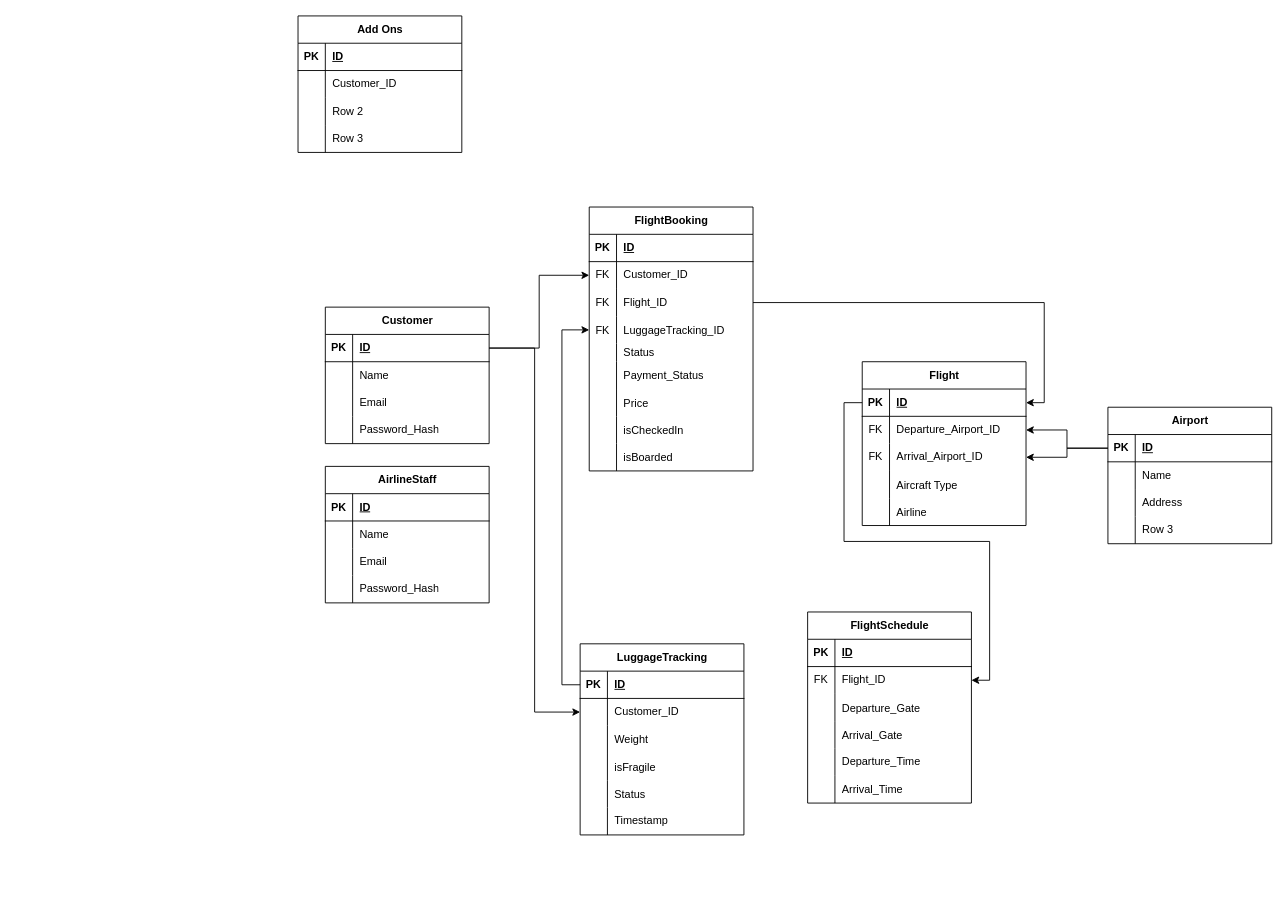
monterdekeanu/monterdekeanu keeps this draw.io diagram as Untitled Diagram.drawio. Above is the earlier version. Source tidied: cells renumbered, new cells numbered last; positions are measured from the earlier drawing's top-left corner, leaving out a move shared by most shapes. Both pictures are drawn from the tidied source at 91%, with x=0, y=0 at pixel (298, 15).
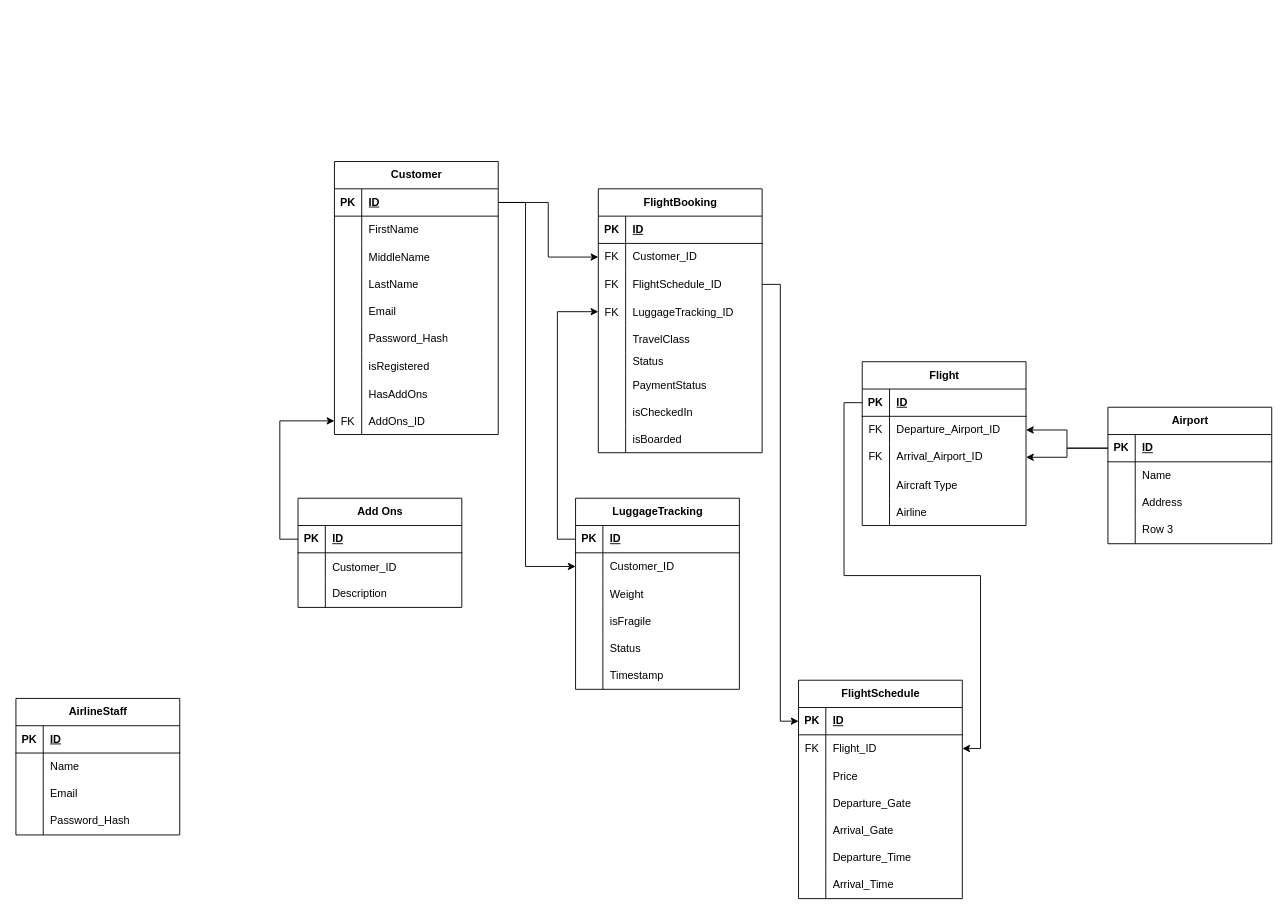
The same page after the edit.

The change refers to these unchanged cells:
```xml
<mxCell id="3" style="shape=tableRow;horizontal=0;startSize=0;swimlaneHead=0;swimlaneBody=0;fillColor=none;points=[[0,0.5],[1,0.5]];portConstraint=eastwest;top=0;left=0;right=0;bottom=1;" parent="2" vertex="1">
  <mxGeometry y="30" width="180" height="30" as="geometry" />
</mxCell>
<mxCell id="6" style="shape=tableRow;horizontal=0;startSize=0;swimlaneHead=0;swimlaneBody=0;fillColor=none;top=0;left=0;right=0;bottom=0;" parent="2" vertex="1">
  <mxGeometry y="60" width="180" height="30" as="geometry" />
</mxCell>
<mxCell id="22" style="shape=tableRow;horizontal=0;startSize=0;swimlaneHead=0;swimlaneBody=0;fillColor=none;points=[[0,0.5],[1,0.5]];portConstraint=eastwest;top=0;left=0;right=0;bottom=0;" parent="15" vertex="1">
  <mxGeometry y="90" width="180" height="30" as="geometry" />
</mxCell>
<mxCell id="44" style="shape=tableRow;horizontal=0;startSize=0;swimlaneHead=0;swimlaneBody=0;fillColor=none;points=[[0,0.5],[1,0.5]];portConstraint=eastwest;top=0;left=0;right=0;bottom=1;" parent="43" vertex="1">
  <mxGeometry y="30" width="180" height="30" as="geometry" />
</mxCell>
<mxCell id="63" style="shape=tableRow;horizontal=0;startSize=0;swimlaneHead=0;swimlaneBody=0;fillColor=none;points=[[0,0.5],[1,0.5]];portConstraint=eastwest;top=0;left=0;right=0;bottom=1;" parent="62" vertex="1">
  <mxGeometry y="30" width="180" height="30" as="geometry" />
</mxCell>
<mxCell id="82" style="shape=tableRow;horizontal=0;startSize=0;swimlaneHead=0;swimlaneBody=0;fillColor=none;points=[[0,0.5],[1,0.5]];portConstraint=eastwest;top=0;left=0;right=0;bottom=0;" parent="78" vertex="1">
  <mxGeometry y="60" width="180" height="30" as="geometry" />
</mxCell>
<mxCell id="131" style="shape=tableRow;horizontal=0;startSize=0;swimlaneHead=0;swimlaneBody=0;fillColor=none;points=[[0,0.5],[1,0.5]];portConstraint=eastwest;top=0;left=0;right=0;bottom=1;" parent="130" vertex="1">
  <mxGeometry y="30" width="180" height="30" as="geometry" />
</mxCell>
<mxCell id="134" style="shape=tableRow;horizontal=0;startSize=0;swimlaneHead=0;swimlaneBody=0;fillColor=none;top=0;left=0;right=0;bottom=0;" parent="130" vertex="1">
  <mxGeometry y="60" width="180" height="30" as="geometry" />
</mxCell>
<mxCell id="137" style="shape=tableRow;horizontal=0;startSize=0;swimlaneHead=0;swimlaneBody=0;fillColor=none;top=0;left=0;right=0;bottom=0;" parent="130" vertex="1">
  <mxGeometry y="90" width="180" height="30" as="geometry" />
</mxCell>
```

What changed in the source:
```diff
@@
     <mxCell id="2" value="Customer" style="shape=table;startSize=30;childLayout=tableLayout;rowLines=0;fontStyle=1;align=center;html=1;" parent="1" vertex="1">
-      <mxGeometry x="30" y="320" width="180" height="150" as="geometry" />
+      <mxGeometry x="40" y="160" width="180" height="300" as="geometry" />
     </mxCell>
@@
-    <mxCell id="8" value="Name" style="shape=partialRectangle;fillColor=none;top=0;left=0;bottom=0;right=0;align=left;spacingLeft=6;overflow=hidden;whiteSpace=wrap;html=1;" parent="6" vertex="1">
+    <mxCell id="8" value="FirstName" style="shape=partialRectangle;fillColor=none;top=0;left=0;bottom=0;right=0;align=left;spacingLeft=6;overflow=hidden;whiteSpace=wrap;html=1;" parent="6" vertex="1">
       <mxGeometry x="30" width="150" height="30" as="geometry" />
     </mxCell>
+    <mxCell id="143" style="shape=tableRow;horizontal=0;startSize=0;swimlaneHead=0;swimlaneBody=0;fillColor=none;top=0;left=0;right=0;bottom=0;" parent="2" vertex="1">
+      <mxGeometry y="90" width="180" height="30" as="geometry" />
+    </mxCell>
+    <mxCell id="144" style="shape=partialRectangle;fillColor=none;top=0;left=0;bottom=0;right=0;overflow=hidden;" parent="143" vertex="1">
+      <mxGeometry width="30" height="30" as="geometry" />
+    </mxCell>
+    <mxCell id="145" value="MiddleName" style="shape=partialRectangle;fillColor=none;top=0;left=0;bottom=0;right=0;align=left;spacingLeft=6;overflow=hidden;" parent="143" vertex="1">
+      <mxGeometry x="30" width="150" height="30" as="geometry" />
+    </mxCell>
+    <mxCell id="140" style="shape=tableRow;horizontal=0;startSize=0;swimlaneHead=0;swimlaneBody=0;fillColor=none;top=0;left=0;right=0;bottom=0;" parent="2" vertex="1">
+      <mxGeometry y="120" width="180" height="30" as="geometry" />
+    </mxCell>
+    <mxCell id="146" style="shape=partialRectangle;fillColor=none;top=0;left=0;bottom=0;right=0;overflow=hidden;" parent="140" vertex="1">
+      <mxGeometry width="30" height="30" as="geometry" />
+    </mxCell>
+    <mxCell id="147" value="LastName" style="shape=partialRectangle;fillColor=none;top=0;left=0;bottom=0;right=0;align=left;spacingLeft=6;overflow=hidden;" parent="140" vertex="1">
+      <mxGeometry x="30" width="150" height="30" as="geometry" />
+    </mxCell>
     <mxCell id="9" style="shape=tableRow;horizontal=0;startSize=0;swimlaneHead=0;swimlaneBody=0;fillColor=none;top=0;left=0;right=0;bottom=0;" parent="2" vertex="1">
-      <mxGeometry y="90" width="180" height="30" as="geometry" />
+      <mxGeometry y="150" width="180" height="30" as="geometry" />
     </mxCell>
@@
     <mxCell id="12" style="shape=tableRow;horizontal=0;startSize=0;swimlaneHead=0;swimlaneBody=0;fillColor=none;top=0;left=0;right=0;bottom=0;" parent="2" vertex="1">
-      <mxGeometry y="120" width="180" height="30" as="geometry" />
+      <mxGeometry y="180" width="180" height="30" as="geometry" />
     </mxCell>
@@
+    <mxCell id="148" style="shape=tableRow;horizontal=0;startSize=0;swimlaneHead=0;swimlaneBody=0;fillColor=none;top=0;left=0;right=0;bottom=0;" parent="2" vertex="1">
+      <mxGeometry y="210" width="180" height="30" as="geometry" />
+    </mxCell>
+    <mxCell id="149" style="shape=partialRectangle;fillColor=none;top=0;left=0;bottom=0;right=0;overflow=hidden;" parent="148" vertex="1">
+      <mxGeometry width="30" height="30" as="geometry" />
+    </mxCell>
+    <mxCell id="150" value="isRegistered" style="shape=partialRectangle;fillColor=none;top=0;left=0;bottom=0;right=0;align=left;spacingLeft=6;overflow=hidden;" parent="148" vertex="1">
+      <mxGeometry x="30" width="150" height="30" as="geometry" />
+    </mxCell>
+    <mxCell id="151" style="shape=tableRow;horizontal=0;startSize=0;swimlaneHead=0;swimlaneBody=0;fillColor=none;top=0;left=0;right=0;bottom=0;" parent="2" vertex="1">
+      <mxGeometry y="240" width="180" height="30" as="geometry" />
+    </mxCell>
+    <mxCell id="152" style="shape=partialRectangle;fillColor=none;top=0;left=0;bottom=0;right=0;overflow=hidden;" parent="151" vertex="1">
+      <mxGeometry width="30" height="30" as="geometry" />
+    </mxCell>
+    <mxCell id="153" value="HasAddOns" style="shape=partialRectangle;fillColor=none;top=0;left=0;bottom=0;right=0;align=left;spacingLeft=6;overflow=hidden;" parent="151" vertex="1">
+      <mxGeometry x="30" width="150" height="30" as="geometry" />
+    </mxCell>
+    <mxCell id="154" style="shape=tableRow;horizontal=0;startSize=0;swimlaneHead=0;swimlaneBody=0;fillColor=none;points=[[0,0.5],[1,0.5]];portConstraint=eastwest;top=0;left=0;right=0;bottom=0;" parent="2" vertex="1">
+      <mxGeometry y="270" width="180" height="30" as="geometry" />
+    </mxCell>
+    <mxCell id="155" value="FK" style="shape=partialRectangle;fillColor=none;top=0;left=0;bottom=0;right=0;overflow=hidden;" parent="154" vertex="1">
+      <mxGeometry width="30" height="30" as="geometry" />
+    </mxCell>
+    <mxCell id="156" value="AddOns_ID" style="shape=partialRectangle;fillColor=none;top=0;left=0;bottom=0;right=0;align=left;spacingLeft=6;overflow=hidden;" parent="154" vertex="1">
+      <mxGeometry x="30" width="150" height="30" as="geometry" />
+    </mxCell>
     <mxCell id="15" value="FlightBooking" style="shape=table;startSize=30;childLayout=tableLayout;rowLines=0;fontStyle=1;align=center;html=1;" parent="1" vertex="1">
-      <mxGeometry x="320" y="210" width="180" height="290" as="geometry" />
+      <mxGeometry x="330" y="190" width="180" height="290" as="geometry" />
     </mxCell>
@@
-    <mxCell id="24" value="Flight_ID" style="shape=partialRectangle;fillColor=none;top=0;left=0;bottom=0;right=0;align=left;spacingLeft=6;overflow=hidden;whiteSpace=wrap;html=1;" parent="22" vertex="1">
+    <mxCell id="24" value="FlightSchedule_ID" style="shape=partialRectangle;fillColor=none;top=0;left=0;bottom=0;right=0;align=left;spacingLeft=6;overflow=hidden;whiteSpace=wrap;html=1;" parent="22" vertex="1">
       <mxGeometry x="30" width="150" height="30" as="geometry" />
     </mxCell>
@@
+    <mxCell id="157" style="shape=tableRow;horizontal=0;startSize=0;swimlaneHead=0;swimlaneBody=0;fillColor=none;top=0;left=0;right=0;bottom=0;" parent="15" vertex="1">
+      <mxGeometry y="150" width="180" height="30" as="geometry" />
+    </mxCell>
+    <mxCell id="158" style="shape=partialRectangle;fillColor=none;top=0;left=0;bottom=0;right=0;overflow=hidden;" parent="157" vertex="1">
+      <mxGeometry width="30" height="30" as="geometry" />
+    </mxCell>
+    <mxCell id="159" value="TravelClass" style="shape=partialRectangle;fillColor=none;top=0;left=0;bottom=0;right=0;align=left;spacingLeft=6;overflow=hidden;" parent="157" vertex="1">
+      <mxGeometry x="30" width="150" height="30" as="geometry" />
+    </mxCell>
     <mxCell id="28" style="shape=tableRow;horizontal=0;startSize=0;swimlaneHead=0;swimlaneBody=0;fillColor=none;top=0;left=0;right=0;bottom=0;" parent="15" vertex="1">
-      <mxGeometry y="150" width="180" height="20" as="geometry" />
+      <mxGeometry y="180" width="180" height="20" as="geometry" />
     </mxCell>
@@
     <mxCell id="31" style="shape=tableRow;horizontal=0;startSize=0;swimlaneHead=0;swimlaneBody=0;fillColor=none;top=0;left=0;right=0;bottom=0;" parent="15" vertex="1">
-      <mxGeometry y="170" width="180" height="30" as="geometry" />
+      <mxGeometry y="200" width="180" height="30" as="geometry" />
     </mxCell>
@@
-    <mxCell id="33" value="Payment_Status" style="shape=partialRectangle;fillColor=none;top=0;left=0;bottom=0;right=0;align=left;spacingLeft=6;overflow=hidden;" parent="31" vertex="1">
+    <mxCell id="33" value="PaymentStatus" style="shape=partialRectangle;fillColor=none;top=0;left=0;bottom=0;right=0;align=left;spacingLeft=6;overflow=hidden;" parent="31" vertex="1">
       <mxGeometry x="30" width="150" height="30" as="geometry" />
     </mxCell>
-    <mxCell id="34" style="shape=tableRow;horizontal=0;startSize=0;swimlaneHead=0;swimlaneBody=0;fillColor=none;top=0;left=0;right=0;bottom=0;" parent="15" vertex="1">
-      <mxGeometry y="200" width="180" height="30" as="geometry" />
-    </mxCell>
-    <mxCell id="35" style="shape=partialRectangle;fillColor=none;top=0;left=0;bottom=0;right=0;overflow=hidden;" parent="34" vertex="1">
-      <mxGeometry width="30" height="30" as="geometry" />
-    </mxCell>
-    <mxCell id="36" value="Price" style="shape=partialRectangle;fillColor=none;top=0;left=0;bottom=0;right=0;align=left;spacingLeft=6;overflow=hidden;" parent="34" vertex="1">
-      <mxGeometry x="30" width="150" height="30" as="geometry" />
-    </mxCell>
@@
     <mxCell id="43" value="FlightSchedule" style="shape=table;startSize=30;childLayout=tableLayout;rowLines=0;fontStyle=1;align=center;html=1;" parent="1" vertex="1">
-      <mxGeometry x="560" y="655" width="180" height="210" as="geometry" />
+      <mxGeometry x="550" y="730" width="180" height="240" as="geometry" />
     </mxCell>
@@
+    <mxCell id="160" style="shape=tableRow;horizontal=0;startSize=0;swimlaneHead=0;swimlaneBody=0;fillColor=none;top=0;left=0;right=0;bottom=0;" parent="43" vertex="1">
+      <mxGeometry y="90" width="180" height="30" as="geometry" />
+    </mxCell>
+    <mxCell id="161" style="shape=partialRectangle;fillColor=none;top=0;left=0;bottom=0;right=0;overflow=hidden;" parent="160" vertex="1">
+      <mxGeometry width="30" height="30" as="geometry" />
+    </mxCell>
+    <mxCell id="36" value="Price" style="shape=partialRectangle;fillColor=none;top=0;left=0;bottom=0;right=0;align=left;spacingLeft=6;overflow=hidden;" parent="160" vertex="1">
+      <mxGeometry x="30" width="150" height="30" as="geometry" />
+    </mxCell>
     <mxCell id="50" style="shape=tableRow;horizontal=0;startSize=0;swimlaneHead=0;swimlaneBody=0;fillColor=none;top=0;left=0;right=0;bottom=0;" parent="43" vertex="1">
-      <mxGeometry y="90" width="180" height="30" as="geometry" />
+      <mxGeometry y="120" width="180" height="30" as="geometry" />
     </mxCell>
@@
     <mxCell id="53" style="shape=tableRow;horizontal=0;startSize=0;swimlaneHead=0;swimlaneBody=0;fillColor=none;top=0;left=0;right=0;bottom=0;" parent="43" vertex="1">
-      <mxGeometry y="120" width="180" height="30" as="geometry" />
+      <mxGeometry y="150" width="180" height="30" as="geometry" />
     </mxCell>
@@
     <mxCell id="56" style="shape=tableRow;horizontal=0;startSize=0;swimlaneHead=0;swimlaneBody=0;fillColor=none;top=0;left=0;right=0;bottom=0;" parent="43" vertex="1">
-      <mxGeometry y="150" width="180" height="30" as="geometry" />
+      <mxGeometry y="180" width="180" height="30" as="geometry" />
     </mxCell>
@@
     <mxCell id="59" style="shape=tableRow;horizontal=0;startSize=0;swimlaneHead=0;swimlaneBody=0;fillColor=none;top=0;left=0;right=0;bottom=0;" parent="43" vertex="1">
-      <mxGeometry y="180" width="180" height="30" as="geometry" />
+      <mxGeometry y="210" width="180" height="30" as="geometry" />
     </mxCell>
@@
     <mxCell id="78" value="LuggageTracking" style="shape=table;startSize=30;childLayout=tableLayout;rowLines=0;fontStyle=1;align=center;html=1;" parent="1" vertex="1">
-      <mxGeometry x="310" y="690" width="180" height="210" as="geometry" />
+      <mxGeometry x="305" y="530" width="180" height="210" as="geometry" />
     </mxCell>
@@
-    <mxCell id="97" style="edgeStyle=orthogonalEdgeStyle;rounded=0;jettySize=auto;html=1;exitX=1;exitY=0.5;exitDx=0;exitDy=0;entryX=1;entryY=0.5;entryDx=0;entryDy=0;" parent="1" edge="1" source="22" target="63">
-      <mxGeometry relative="1" as="geometry" />
-    </mxCell>
@@
     <mxCell id="100" value="AirlineStaff" style="shape=table;startSize=30;childLayout=tableLayout;rowLines=0;fontStyle=1;align=center;html=1;" parent="1" vertex="1">
-      <mxGeometry x="30" y="495" width="180" height="150" as="geometry" />
+      <mxGeometry x="-310" y="750" width="180" height="150" as="geometry" />
     </mxCell>
@@
     <mxCell id="128" style="edgeStyle=orthogonalEdgeStyle;rounded=0;jettySize=auto;html=1;exitX=1;exitY=0.5;exitDx=0;exitDy=0;entryX=0;entryY=0.5;entryDx=0;entryDy=0;" parent="1" edge="1" source="3" target="82">
-      <mxGeometry relative="1" as="geometry" />
+      <mxGeometry relative="1" as="geometry">
+        <Array as="points">
+          <mxPoint x="250" y="205" />
+          <mxPoint x="250" y="605" />
+        </Array>
+      </mxGeometry>
     </mxCell>
@@
     <mxCell id="130" value="Add Ons" style="shape=table;startSize=30;childLayout=tableLayout;rowLines=0;fontStyle=1;align=center;html=1;" parent="1" vertex="1">
-      <mxGeometry width="180" height="150" as="geometry" />
+      <mxGeometry y="530" width="180" height="120" as="geometry" />
     </mxCell>
@@
-    <mxCell id="135" style="shape=partialRectangle;fillColor=none;top=0;left=0;bottom=0;right=0;overflow=hidden;whiteSpace=wrap;html=1;" parent="134" vertex="1">
-      <mxGeometry width="30" height="30" as="geometry" />
-    </mxCell>
+    <mxCell id="162" style="shape=partialRectangle;fillColor=none;top=0;left=0;bottom=0;right=0;overflow=hidden;" parent="134" vertex="1">
+      <mxGeometry width="30" height="30" as="geometry" />
+    </mxCell>
-    <mxCell id="136" value="Customer_ID" style="shape=partialRectangle;fillColor=none;top=0;left=0;bottom=0;right=0;align=left;spacingLeft=6;overflow=hidden;whiteSpace=wrap;html=1;" parent="134" vertex="1">
+    <mxCell id="136" value="Customer_ID" style="shape=partialRectangle;fillColor=none;top=0;left=0;bottom=0;right=0;align=left;spacingLeft=6;overflow=hidden;" parent="134" vertex="1">
       <mxGeometry x="30" width="150" height="30" as="geometry" />
     </mxCell>
@@
-    <mxCell id="139" value="Row 2" style="shape=partialRectangle;fillColor=none;top=0;left=0;bottom=0;right=0;align=left;spacingLeft=6;overflow=hidden;whiteSpace=wrap;html=1;" parent="137" vertex="1">
+    <mxCell id="139" value="Description" style="shape=partialRectangle;fillColor=none;top=0;left=0;bottom=0;right=0;align=left;spacingLeft=6;overflow=hidden;whiteSpace=wrap;html=1;" parent="137" vertex="1">
       <mxGeometry x="30" width="150" height="30" as="geometry" />
     </mxCell>
-    <mxCell id="140" style="shape=tableRow;horizontal=0;startSize=0;swimlaneHead=0;swimlaneBody=0;fillColor=none;top=0;left=0;right=0;bottom=0;" parent="130" vertex="1">
-      <mxGeometry y="120" width="180" height="30" as="geometry" />
-    </mxCell>
-    <mxCell id="141" style="shape=partialRectangle;fillColor=none;top=0;left=0;bottom=0;right=0;overflow=hidden;whiteSpace=wrap;html=1;" parent="140" vertex="1">
-      <mxGeometry width="30" height="30" as="geometry" />
-    </mxCell>
-    <mxCell id="142" value="Row 3" style="shape=partialRectangle;fillColor=none;top=0;left=0;bottom=0;right=0;align=left;spacingLeft=6;overflow=hidden;whiteSpace=wrap;html=1;" parent="140" vertex="1">
-      <mxGeometry x="30" width="150" height="30" as="geometry" />
-    </mxCell>
+    <mxCell id="163" style="edgeStyle=orthogonalEdgeStyle;rounded=0;jettySize=auto;html=1;exitX=0;exitY=0.5;exitDx=0;exitDy=0;" parent="1" edge="1" source="131" target="154">
+      <mxGeometry relative="1" as="geometry" />
+    </mxCell>
+    <mxCell id="164" style="edgeStyle=orthogonalEdgeStyle;rounded=0;jettySize=auto;html=1;exitX=1;exitY=0.5;exitDx=0;exitDy=0;entryX=0;entryY=0.5;entryDx=0;entryDy=0;" parent="1" edge="1" source="22" target="44">
+      <mxGeometry relative="1" as="geometry" />
+    </mxCell>
```
